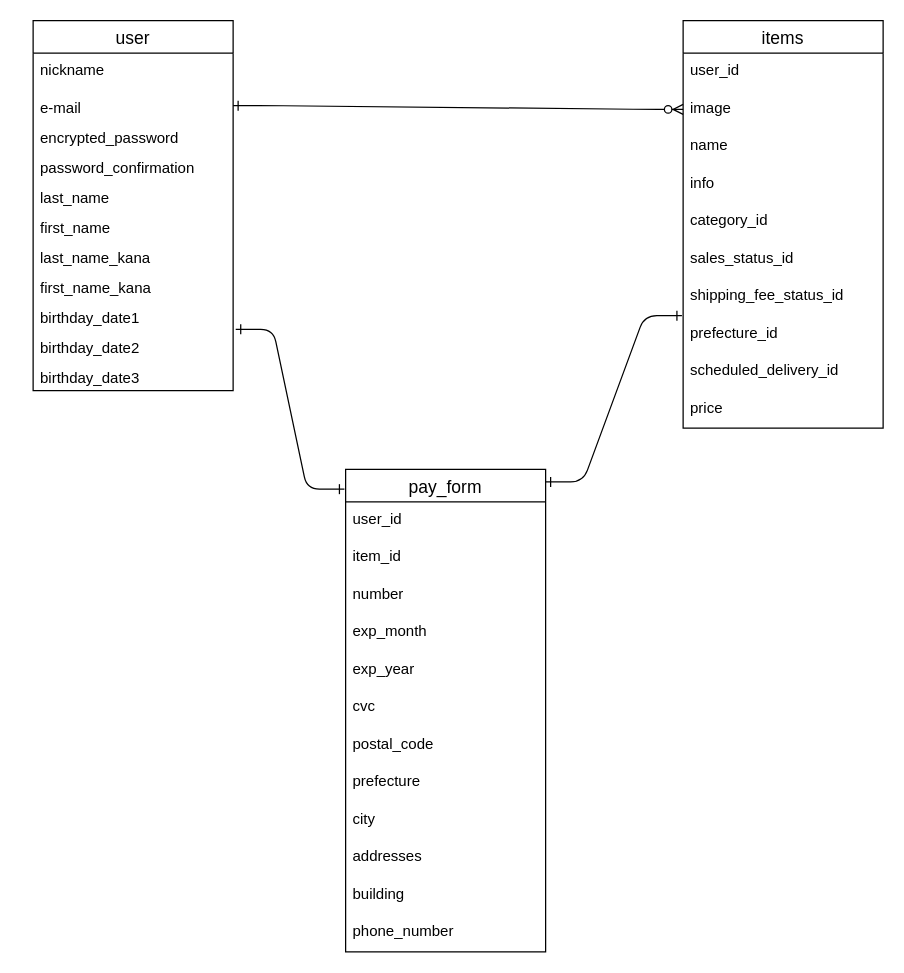
Earlier version of the draw.io diagram test.dio (hide-wq/furima-38120). Source tidied: cells renumbered, new cells numbered last; positions are measured from the earlier drawing's top-left corner, leaving out a move shared by most shapes. Both pictures are drawn from the tidied source at 125%, with x=0, y=0 at pixel (32, 20).
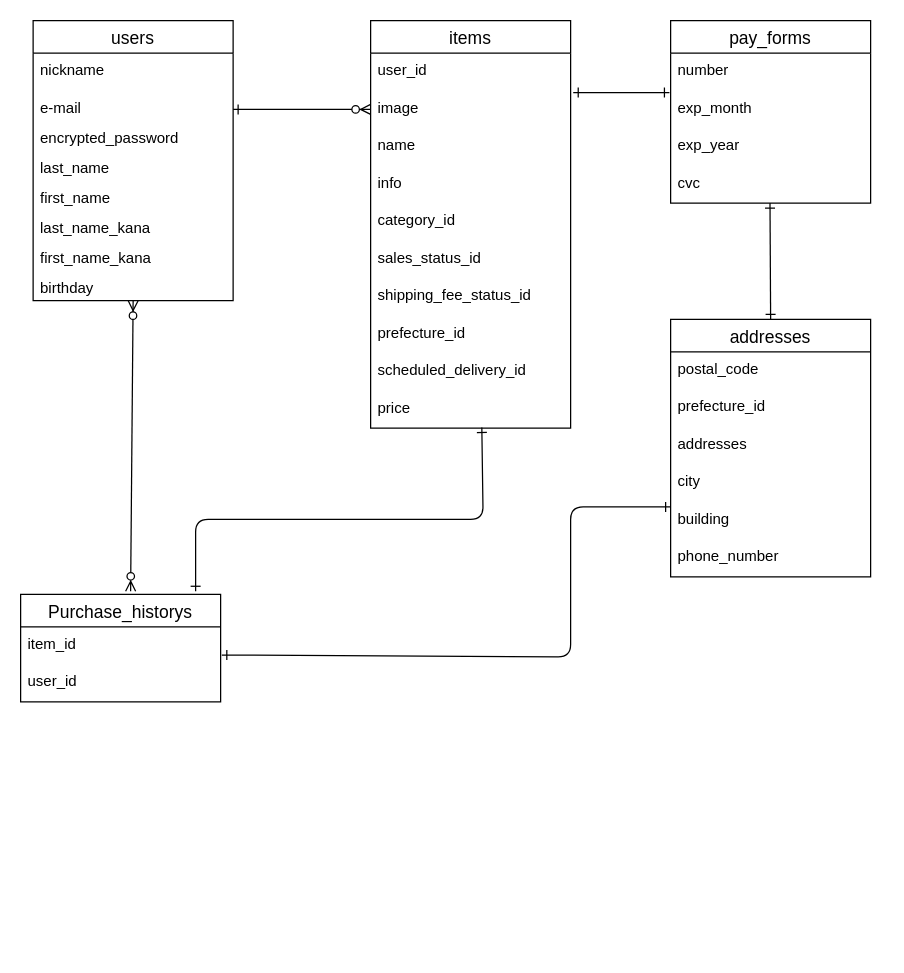
The same diagram, later.

Unchanged cells that the change refers to:
```xml
<mxCell id="4" value="e-mail" style="text;strokeColor=none;fillColor=none;spacingLeft=4;spacingRight=4;overflow=hidden;points=[[0,0.5],[1,0.5]];portConstraint=eastwest;fontSize=12;" parent="2" vertex="1">
  <mxGeometry y="56" width="160" height="24" as="geometry" />
</mxCell>
<mxCell id="16" value="image" style="text;strokeColor=none;fillColor=none;spacingLeft=4;spacingRight=4;overflow=hidden;points=[[0,0.5],[1,0.5]];portConstraint=eastwest;fontSize=12;" parent="14" vertex="1">
  <mxGeometry y="56" width="160" height="30" as="geometry" />
</mxCell>
<mxCell id="22" value="prefecture_id" style="text;strokeColor=none;fillColor=none;spacingLeft=4;spacingRight=4;overflow=hidden;points=[[0,0.5],[1,0.5]];portConstraint=eastwest;fontSize=12;" parent="14" vertex="1">
  <mxGeometry y="236" width="160" height="30" as="geometry" />
</mxCell>
<mxCell id="24" value="price" style="text;strokeColor=none;fillColor=none;spacingLeft=4;spacingRight=4;overflow=hidden;points=[[0,0.5],[1,0.5]];portConstraint=eastwest;fontSize=12;" parent="14" vertex="1">
  <mxGeometry y="296" width="160" height="30" as="geometry" />
</mxCell>
```

What changed in the source:
```diff
@@
-<mxGraphModel>
+<mxGraphModel background="#FFFFFF">
@@
-    <mxCell id="2" value="user" style="swimlane;fontStyle=0;horizontal=1;startSize=26;align=center;fontSize=14;" parent="1" vertex="1">
-      <mxGeometry width="160" height="296" as="geometry" />
+    <mxCell id="2" value="users" style="swimlane;fontStyle=0;horizontal=1;startSize=26;align=center;fontSize=14;" parent="1" vertex="1">
+      <mxGeometry width="160" height="224" as="geometry" />
     </mxCell>
@@
-    <mxCell id="6" value="password_confirmation" style="text;strokeColor=none;fillColor=none;spacingLeft=4;spacingRight=4;overflow=hidden;fontSize=12;" parent="2" vertex="1">
-      <mxGeometry y="104" width="160" height="24" as="geometry" />
-    </mxCell>
     <mxCell id="7" value="last_name" style="text;strokeColor=none;fillColor=none;spacingLeft=4;spacingRight=4;overflow=hidden;fontSize=12;" parent="2" vertex="1">
-      <mxGeometry y="128" width="160" height="24" as="geometry" />
+      <mxGeometry y="104" width="160" height="24" as="geometry" />
     </mxCell>
     <mxCell id="8" value="first_name" style="text;strokeColor=none;fillColor=none;spacingLeft=4;spacingRight=4;overflow=hidden;fontSize=12;" parent="2" vertex="1">
-      <mxGeometry y="152" width="160" height="24" as="geometry" />
+      <mxGeometry y="128" width="160" height="24" as="geometry" />
     </mxCell>
     <mxCell id="9" value="last_name_kana" style="text;strokeColor=none;fillColor=none;spacingLeft=4;spacingRight=4;overflow=hidden;fontSize=12;" parent="2" vertex="1">
-      <mxGeometry y="176" width="160" height="24" as="geometry" />
+      <mxGeometry y="152" width="160" height="24" as="geometry" />
     </mxCell>
     <mxCell id="10" value="first_name_kana" style="text;strokeColor=none;fillColor=none;spacingLeft=4;spacingRight=4;overflow=hidden;fontSize=12;" parent="2" vertex="1">
-      <mxGeometry y="200" width="160" height="24" as="geometry" />
+      <mxGeometry y="176" width="160" height="24" as="geometry" />
     </mxCell>
-    <mxCell id="11" value="birthday_date1" style="text;strokeColor=none;fillColor=none;spacingLeft=4;spacingRight=4;overflow=hidden;points=[[0,0.5],[1,0.5]];portConstraint=eastwest;fontSize=12;" parent="2" vertex="1">
-      <mxGeometry y="224" width="160" height="24" as="geometry" />
-    </mxCell>
-    <mxCell id="12" value="birthday_date2" style="text;strokeColor=none;fillColor=none;spacingLeft=4;spacingRight=4;overflow=hidden;fontSize=12;" parent="2" vertex="1">
-      <mxGeometry y="248" width="160" height="24" as="geometry" />
-    </mxCell>
-    <mxCell id="13" value="birthday_date3" style="text;strokeColor=none;fillColor=none;spacingLeft=4;spacingRight=4;overflow=hidden;fontSize=12;" parent="2" vertex="1">
-      <mxGeometry y="272" width="160" height="24" as="geometry" />
-    </mxCell>
+    <mxCell id="41" value="birthday" style="text;strokeColor=none;fillColor=none;spacingLeft=4;spacingRight=4;overflow=hidden;fontSize=12;" parent="2" vertex="1">
+      <mxGeometry y="200" width="160" height="24" as="geometry" />
+    </mxCell>
     <mxCell id="14" value="items" style="swimlane;fontStyle=0;horizontal=1;startSize=26;align=center;fontSize=14;" parent="1" vertex="1">
-      <mxGeometry x="520" width="160" height="326" as="geometry" />
+      <mxGeometry x="270" width="160" height="326" as="geometry" />
     </mxCell>
@@
-    <mxCell id="25" value="pay_form" style="swimlane;fontStyle=0;horizontal=1;startSize=26;align=center;fontSize=14;" parent="1" vertex="1">
-      <mxGeometry x="250" y="359" width="160" height="386" as="geometry" />
+    <mxCell id="25" value="pay_forms" style="swimlane;fontStyle=0;horizontal=1;startSize=26;align=center;fontSize=14;" parent="1" vertex="1">
+      <mxGeometry x="510" width="160" height="146" as="geometry" />
     </mxCell>
-    <mxCell id="26" value="user_id" style="text;strokeColor=none;fillColor=none;spacingLeft=4;spacingRight=4;overflow=hidden;fontSize=12;" parent="25" vertex="1">
-      <mxGeometry y="26" width="160" height="30" as="geometry" />
-    </mxCell>
-    <mxCell id="27" value="item_id" style="text;strokeColor=none;fillColor=none;spacingLeft=4;spacingRight=4;overflow=hidden;points=[[0,0.5],[1,0.5]];portConstraint=eastwest;fontSize=12;" parent="25" vertex="1">
-      <mxGeometry y="56" width="160" height="30" as="geometry" />
-    </mxCell>
     <mxCell id="28" value="number" style="text;strokeColor=none;fillColor=none;spacingLeft=4;spacingRight=4;overflow=hidden;points=[[0,0.5],[1,0.5]];portConstraint=eastwest;fontSize=12;" parent="25" vertex="1">
-      <mxGeometry y="86" width="160" height="30" as="geometry" />
+      <mxGeometry y="26" width="160" height="30" as="geometry" />
     </mxCell>
     <mxCell id="29" value="exp_month" style="text;strokeColor=none;fillColor=none;spacingLeft=4;spacingRight=4;overflow=hidden;fontSize=12;" parent="25" vertex="1">
-      <mxGeometry y="116" width="160" height="30" as="geometry" />
+      <mxGeometry y="56" width="160" height="30" as="geometry" />
     </mxCell>
     <mxCell id="30" value="exp_year" style="text;strokeColor=none;fillColor=none;spacingLeft=4;spacingRight=4;overflow=hidden;fontSize=12;" parent="25" vertex="1">
-      <mxGeometry y="146" width="160" height="30" as="geometry" />
+      <mxGeometry y="86" width="160" height="30" as="geometry" />
     </mxCell>
     <mxCell id="31" value="cvc" style="text;strokeColor=none;fillColor=none;spacingLeft=4;spacingRight=4;overflow=hidden;fontSize=12;" parent="25" vertex="1">
-      <mxGeometry y="176" width="160" height="30" as="geometry" />
+      <mxGeometry y="116" width="160" height="30" as="geometry" />
     </mxCell>
+    <mxCell id="38" style="edgeStyle=entityRelationEdgeStyle;fontSize=12;html=1;endArrow=ERzeroToMany;startArrow=ERone;startFill=0;entryX=0;entryY=0.5;entryDx=0;entryDy=0;" parent="1" edge="1" target="16">
+      <mxGeometry relative="1" as="geometry">
+        <mxPoint x="160" y="71" as="sourcePoint" />
+      </mxGeometry>
+    </mxCell>
+    <mxCell id="42" value="addresses" style="swimlane;fontStyle=0;horizontal=1;startSize=26;align=center;fontSize=14;" parent="1" vertex="1">
+      <mxGeometry x="510" y="239" width="160" height="206" as="geometry" />
+    </mxCell>
-    <mxCell id="32" value="postal_code" style="text;strokeColor=none;fillColor=none;spacingLeft=4;spacingRight=4;overflow=hidden;fontSize=12;" parent="25" vertex="1">
-      <mxGeometry y="206" width="160" height="30" as="geometry" />
+    <mxCell id="32" value="postal_code" style="text;strokeColor=none;fillColor=none;spacingLeft=4;spacingRight=4;overflow=hidden;fontSize=12;" parent="42" vertex="1">
+      <mxGeometry y="26" width="160" height="30" as="geometry" />
     </mxCell>
-    <mxCell id="33" value="prefecture" style="text;strokeColor=none;fillColor=none;spacingLeft=4;spacingRight=4;overflow=hidden;fontSize=12;" parent="25" vertex="1">
-      <mxGeometry y="236" width="160" height="30" as="geometry" />
+    <mxCell id="33" value="prefecture_id" style="text;strokeColor=none;fillColor=none;spacingLeft=4;spacingRight=4;overflow=hidden;fontSize=12;" parent="42" vertex="1">
+      <mxGeometry y="56" width="160" height="30" as="geometry" />
     </mxCell>
+    <mxCell id="35" value="addresses" style="text;strokeColor=none;fillColor=none;spacingLeft=4;spacingRight=4;overflow=hidden;fontSize=12;" parent="42" vertex="1">
+      <mxGeometry y="86" width="160" height="30" as="geometry" />
+    </mxCell>
-    <mxCell id="34" value="city" style="text;strokeColor=none;fillColor=none;spacingLeft=4;spacingRight=4;overflow=hidden;fontSize=12;" parent="25" vertex="1">
-      <mxGeometry y="266" width="160" height="30" as="geometry" />
+    <mxCell id="34" value="city" style="text;strokeColor=none;fillColor=none;spacingLeft=4;spacingRight=4;overflow=hidden;fontSize=12;" parent="42" vertex="1">
+      <mxGeometry y="116" width="160" height="30" as="geometry" />
     </mxCell>
-    <mxCell id="35" value="addresses" style="text;strokeColor=none;fillColor=none;spacingLeft=4;spacingRight=4;overflow=hidden;fontSize=12;" parent="25" vertex="1">
-      <mxGeometry y="296" width="160" height="30" as="geometry" />
-    </mxCell>
-    <mxCell id="36" value="building" style="text;strokeColor=none;fillColor=none;spacingLeft=4;spacingRight=4;overflow=hidden;fontSize=12;" parent="25" vertex="1">
-      <mxGeometry y="326" width="160" height="30" as="geometry" />
+    <mxCell id="36" value="building" style="text;strokeColor=none;fillColor=none;spacingLeft=4;spacingRight=4;overflow=hidden;fontSize=12;" parent="42" vertex="1">
+      <mxGeometry y="146" width="160" height="30" as="geometry" />
     </mxCell>
-    <mxCell id="37" value="phone_number" style="text;strokeColor=none;fillColor=none;spacingLeft=4;spacingRight=4;overflow=hidden;fontSize=12;" parent="25" vertex="1">
-      <mxGeometry y="356" width="160" height="30" as="geometry" />
+    <mxCell id="37" value="phone_number" style="text;strokeColor=none;fillColor=none;spacingLeft=4;spacingRight=4;overflow=hidden;fontSize=12;" parent="42" vertex="1">
+      <mxGeometry y="176" width="160" height="30" as="geometry" />
     </mxCell>
-    <mxCell id="38" style="edgeStyle=entityRelationEdgeStyle;fontSize=12;html=1;endArrow=ERzeroToMany;startArrow=ERone;entryX=0;entryY=0.5;entryDx=0;entryDy=0;exitX=1;exitY=0.5;exitDx=0;exitDy=0;startFill=0;" parent="1" edge="1" source="4" target="16">
-      <mxGeometry relative="1" as="geometry" />
-    </mxCell>
-    <mxCell id="39" style="edgeStyle=entityRelationEdgeStyle;fontSize=12;html=1;endArrow=ERone;startArrow=ERone;entryX=-0.006;entryY=0;entryDx=0;entryDy=0;entryPerimeter=0;startFill=0;endFill=0;" parent="1" edge="1" target="22">
-      <mxGeometry relative="1" as="geometry">
-        <mxPoint x="410" y="369" as="sourcePoint" />
-      </mxGeometry>
-    </mxCell>
-    <mxCell id="40" style="edgeStyle=entityRelationEdgeStyle;fontSize=12;html=1;endArrow=ERone;startArrow=ERone;exitX=1.013;exitY=0.958;exitDx=0;exitDy=0;exitPerimeter=0;startFill=0;endFill=0;entryX=-0.006;entryY=0.041;entryDx=0;entryDy=0;entryPerimeter=0;" parent="1" edge="1" source="11" target="25">
-      <mxGeometry relative="1" as="geometry" />
-    </mxCell>
+    <mxCell id="43" value="Purchase_historys" style="swimlane;fontStyle=0;horizontal=1;startSize=26;align=center;fontSize=14;" parent="1" vertex="1">
+      <mxGeometry x="-10" y="459" width="160" height="86" as="geometry" />
+    </mxCell>
+    <mxCell id="27" value="item_id" style="text;strokeColor=none;fillColor=none;spacingLeft=4;spacingRight=4;overflow=hidden;points=[[0,0.5],[1,0.5]];portConstraint=eastwest;fontSize=12;" parent="43" vertex="1">
+      <mxGeometry y="26" width="160" height="30" as="geometry" />
+    </mxCell>
+    <mxCell id="26" value="user_id" style="text;strokeColor=none;fillColor=none;spacingLeft=4;spacingRight=4;overflow=hidden;fontSize=12;" parent="43" vertex="1">
+      <mxGeometry y="56" width="160" height="30" as="geometry" />
+    </mxCell>
+    <mxCell id="44" style="edgeStyle=entityRelationEdgeStyle;fontSize=12;html=1;endArrow=ERone;endFill=1;startArrow=ERone;startFill=0;exitX=1.013;exitY=0.05;exitDx=0;exitDy=0;exitPerimeter=0;entryX=-0.006;entryY=1.05;entryDx=0;entryDy=0;entryPerimeter=0;" parent="1" edge="1" source="16" target="28">
+      <mxGeometry relative="1" as="geometry" />
+    </mxCell>
+    <mxCell id="45" style="fontSize=12;html=1;endArrow=ERone;endFill=1;exitX=0.5;exitY=0;exitDx=0;exitDy=0;startArrow=ERone;startFill=0;" parent="1" edge="1" source="42">
+      <mxGeometry relative="1" as="geometry">
+        <mxPoint x="589.5" y="146" as="targetPoint" />
+      </mxGeometry>
+    </mxCell>
+    <mxCell id="46" style="fontSize=12;html=1;endArrow=ERzeroToMany;endFill=1;exitX=0.55;exitY=-0.029;exitDx=0;exitDy=0;exitPerimeter=0;startArrow=ERzeroToMany;startFill=0;" parent="1" edge="1" source="43">
+      <mxGeometry relative="1" as="geometry">
+        <mxPoint x="80" y="224" as="targetPoint" />
+      </mxGeometry>
+    </mxCell>
+    <mxCell id="47" style="fontSize=12;html=1;endArrow=ERone;endFill=1;entryX=0.556;entryY=0.983;entryDx=0;entryDy=0;entryPerimeter=0;startArrow=ERone;startFill=0;exitX=0.875;exitY=-0.029;exitDx=0;exitDy=0;exitPerimeter=0;" parent="1" edge="1" source="43" target="24">
+      <mxGeometry relative="1" as="geometry">
+        <Array as="points">
+          <mxPoint x="130" y="399" />
+          <mxPoint x="360" y="399" />
+        </Array>
+      </mxGeometry>
+    </mxCell>
+    <mxCell id="48" style="fontSize=12;html=1;endArrow=ERone;endFill=1;startArrow=ERone;startFill=0;elbow=vertical;exitX=1.006;exitY=0.75;exitDx=0;exitDy=0;exitPerimeter=0;" parent="1" edge="1" source="27">
+      <mxGeometry relative="1" as="geometry">
+        <mxPoint x="510" y="389" as="targetPoint" />
+        <Array as="points">
+          <mxPoint x="430" y="509" />
+          <mxPoint x="430" y="389" />
+        </Array>
+      </mxGeometry>
+    </mxCell>
```
